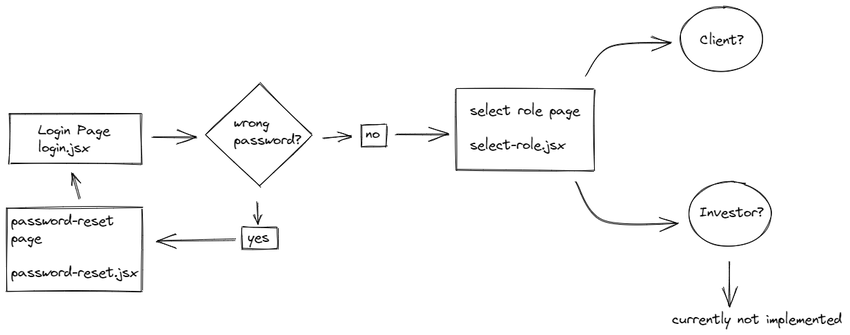
Above: portalDiagram.excalidraw.png in TowmirAlRashid/meritage-portal-completed (Excalidraw), before the change. Source tidied: one line per element, renumbered; positions are measured from the earlier drawing's top-left corner, leaving out a move shared by most shapes.
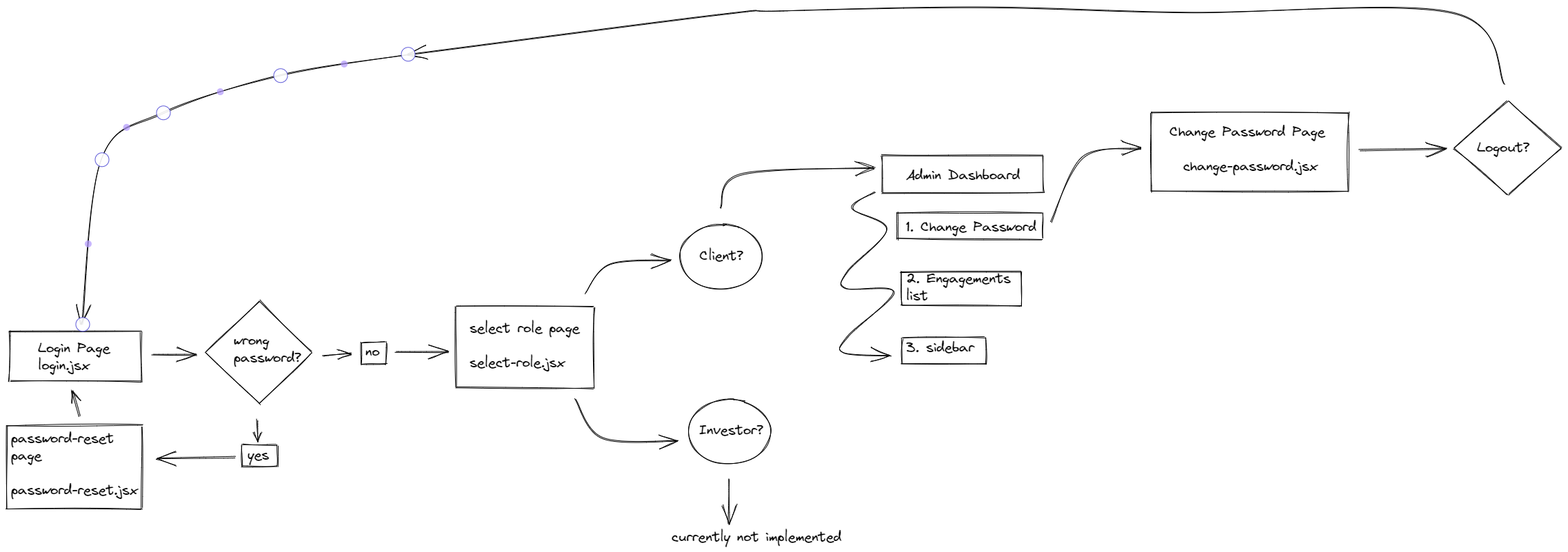
Above is the later version.

Commit message:
responsive change-password page completed

Diff of the diagram source:
```diff
@@ -18,9 +18,24 @@
 {"id": 17, "type": "arrow", "strokeColor": "#000000", "strokeWidth": 1, "roughness": 1, "endArrowhead": "arrow", "from": 6, "to": 15, "x": 563, "y": 186, "width": 77, "height": 1, "points": [[0, 0], [77, -1]]}
 {"id": 18, "type": "ellipse", "strokeColor": "#000000", "strokeWidth": 1, "roughness": 1, "x": 976, "y": 0, "width": 120, "height": 94}
 {"id": 19, "type": "ellipse", "strokeColor": "#000000", "strokeWidth": 1, "roughness": 1, "x": 988, "y": 254, "width": 120, "height": 94}
-{"id": 20, "type": "text", "text": "Client?", "strokeColor": "#000000", "strokeWidth": 1, "roughness": 1, "fontSize": 20, "fontFamily": 1, "textAlign": "center", "verticalAlign": "middle", "inside": 18, "x": 1004, "y": 34, "width": 65, "height": 27}
+{"id": 20, "type": "text", "text": "Client?", "strokeColor": "#000000", "strokeWidth": 1, "roughness": 1, "fontSize": 20, "fontFamily": 1, "textAlign": "center", "verticalAlign": "middle", "inside": 18, "x": 1004, "y": 34, "width": 65, "height": 25}
 {"id": 21, "type": "text", "text": "Investor?", "strokeColor": "#000000", "strokeWidth": 1, "roughness": 1, "fontSize": 20, "fontFamily": 1, "x": 1004, "y": 286, "width": 95, "height": 25}
 {"id": 22, "type": "arrow", "strokeColor": "#000000", "strokeWidth": 1, "roughness": 1, "endArrowhead": "arrow", "from": 15, "to": 18, "x": 839, "y": 100, "width": 124, "height": 49, "points": [[0, 0], [35, -42], [124, -49]]}
 {"id": 23, "type": "arrow", "strokeColor": "#000000", "strokeWidth": 1, "roughness": 1, "endArrowhead": "arrow", "from": 15, "to": 19, "x": 825, "y": 253, "width": 148, "height": 61, "points": [[0, 0], [39, 56], [148, 61]]}
 {"id": 24, "type": "text", "text": "currently not implemented", "strokeColor": "#000000", "strokeWidth": 1, "roughness": 1, "fontSize": 20, "fontFamily": 1, "x": 964, "y": 441, "width": 248, "height": 25}
 {"id": 25, "type": "arrow", "strokeColor": "#000000", "strokeWidth": 1, "roughness": 1, "endArrowhead": "arrow", "from": 19, "to": 24, "x": 1047, "y": 369, "width": 0, "height": 65, "points": [[0, 0], [0, 65]]}
+{"id": 26, "type": "text", "text": "Admin Dashboard\n\n\n1. Change Password\n\n\n2. Engagements\nlist\n\n\n3. sidebar\n", "strokeColor": "#000000", "strokeWidth": 1, "roughness": 1, "fontSize": 20, "fontFamily": 1, "x": 1304, "y": -84, "width": 190, "height": 300}
+{"id": 27, "type": "rectangle", "strokeColor": "#000000", "strokeWidth": 1, "roughness": 1, "x": 1269, "y": -100, "width": 234, "height": 54}
+{"id": 28, "type": "rectangle", "strokeColor": "#000000", "strokeWidth": 1, "roughness": 1, "x": 1291, "y": -17, "width": 211, "height": 38}
+{"id": 29, "type": "rectangle", "strokeColor": "#000000", "strokeWidth": 1, "roughness": 1, "x": 1297, "y": 68, "width": 174, "height": 50}
+{"id": 30, "type": "rectangle", "strokeColor": "#000000", "strokeWidth": 1, "roughness": 1, "x": 1298, "y": 164, "width": 122, "height": 38}
+{"id": 31, "type": "arrow", "strokeColor": "#000000", "strokeWidth": 1, "roughness": 1, "endArrowhead": "arrow", "to": 27, "x": 1034, "y": -24, "width": 226, "height": 59, "points": [[0, 0], [31, -48], [226, -59]]}
+{"id": 32, "type": "arrow", "strokeColor": "#000000", "strokeWidth": 1, "roughness": 1, "endArrowhead": "arrow", "from": 27, "to": 30, "x": 1260, "y": -47, "width": 73, "height": 237, "points": [[0, 0], [-34, 24], [16, 54], [-42, 115], [-43, 140], [26, 146], [-40, 209], [-47, 234], [23, 237]]}
+{"id": 33, "type": "rectangle", "strokeColor": "#000000", "strokeWidth": 1, "roughness": 1, "x": 1659, "y": -162, "width": 286, "height": 114}
+{"id": 34, "type": "text", "text": "Change Password Page\n\n  change-password.jsx", "strokeColor": "#000000", "strokeWidth": 1, "roughness": 1, "fontSize": 20, "fontFamily": 1, "x": 1686, "y": -147, "width": 226, "height": 75}
+{"id": 35, "type": "arrow", "strokeColor": "#000000", "strokeWidth": 1, "roughness": 1, "endArrowhead": "arrow", "from": 28, "to": 33, "x": 1515, "y": -2, "width": 129, "height": 108, "points": [[0, 0], [46, -96], [129, -108]]}
+{"id": 36, "type": "text", "text": "    Logout?", "strokeColor": "#000000", "strokeWidth": 1, "roughness": 1, "fontSize": 20, "fontFamily": 1, "x": 2092, "y": -124, "width": 118, "height": 25}
+{"id": 37, "type": "arrow", "strokeColor": "#000000", "strokeWidth": 1, "roughness": 1, "endArrowhead": "arrow", "from": 33, "to": 38, "x": 1961, "y": -108, "width": 128, "height": 3, "points": [[0, 0], [128, -3]]}
+{"id": 38, "type": "diamond", "strokeColor": "#000000", "strokeWidth": 1, "roughness": 1, "x": 2099, "y": -180, "width": 155, "height": 137}
+{"id": 39, "type": "arrow", "strokeColor": "#000000", "strokeWidth": 1, "roughness": 1, "endArrowhead": "arrow", "from": 38, "x": 2172, "y": -203, "width": 1592, "height": 113, "points": [[0, 0], [-76, -104], [-462, -104], [-760, -113], [-1051, -106], [-1140, -101], [-1592, -43]]}
+{"id": 40, "type": "arrow", "strokeColor": "#000000", "strokeWidth": 1, "roughness": 1, "endArrowhead": "arrow", "to": 0, "x": 582, "y": -247, "width": 472, "height": 392, "points": [[0, 0], [-185, 31], [-355, 85], [-444, 153], [-472, 392]]}
```
